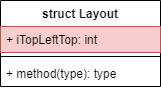
ee223/imx6ull_project keeps this draw.io diagram as 未命名绘图.drawio.png. Above is the earlier version. Source tidied: cells renumbered, new cells last; positions are measured from the earlier drawing's top-left corner, leaving out a move shared by most shapes.
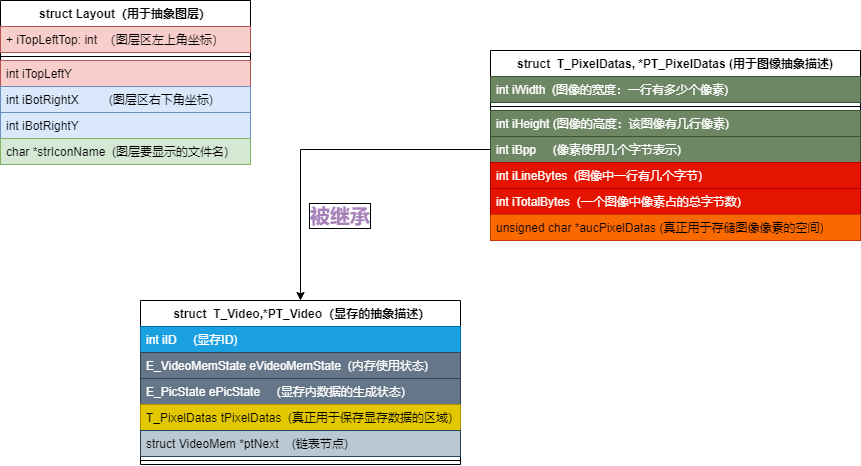
Later version of the same file.

Commit message:
更新未命名绘图.drawio.png

Diff of the diagram source:
```diff
@@ -2,17 +2,77 @@
   <root>
     <mxCell id="0" />
     <mxCell id="1" parent="0" />
-    <mxCell id="2" value="struct Layout" style="swimlane;fontStyle=1;align=center;verticalAlign=top;horizontal=1;startSize=26;whiteSpace=wrap;html=1;" parent="1" vertex="1">
-      <mxGeometry width="160" height="86" as="geometry" />
+    <mxCell id="2" value="struct Layout（用于抽象图层）" style="swimlane;fontStyle=1;align=center;verticalAlign=top;horizontal=1;startSize=26;whiteSpace=wrap;html=1;" parent="1" vertex="1">
+      <mxGeometry width="250" height="164" as="geometry" />
     </mxCell>
-    <mxCell id="3" value="+ iTopLeftTop: int" style="text;strokeColor=#b85450;fillColor=#f8cecc;align=left;verticalAlign=top;spacingLeft=4;spacingRight=4;overflow=hidden;whiteSpace=wrap;html=1;" parent="2" vertex="1">
-      <mxGeometry y="26" width="160" height="26" as="geometry" />
+    <mxCell id="3" value="+ iTopLeftTop: int&amp;nbsp; （图层区左上角坐标）" style="text;strokeColor=#b85450;fillColor=#f8cecc;align=left;verticalAlign=top;spacingLeft=4;spacingRight=4;overflow=hidden;whiteSpace=wrap;html=1;" parent="2" vertex="1">
+      <mxGeometry y="26" width="250" height="26" as="geometry" />
     </mxCell>
     <mxCell id="4" style="line;strokeWidth=1;fillColor=none;align=left;verticalAlign=middle;spacingTop=-1;spacingLeft=3;spacingRight=3;labelPosition=right;strokeColor=inherit;" parent="2" vertex="1">
-      <mxGeometry y="52" width="160" height="8" as="geometry" />
+      <mxGeometry y="52" width="250" height="8" as="geometry" />
     </mxCell>
-    <mxCell id="5" value="+ method(type): type" style="text;strokeColor=none;fillColor=none;align=left;verticalAlign=top;spacingLeft=4;spacingRight=4;overflow=hidden;whiteSpace=wrap;html=1;" parent="2" vertex="1">
-      <mxGeometry y="60" width="160" height="26" as="geometry" />
+    <mxCell id="5" value="int iTopLeftY" style="text;strokeColor=#b85450;fillColor=#f8cecc;align=left;verticalAlign=top;spacingLeft=4;spacingRight=4;overflow=hidden;whiteSpace=wrap;html=1;" parent="2" vertex="1">
+      <mxGeometry y="60" width="250" height="26" as="geometry" />
     </mxCell>
+    <mxCell id="6" value="int iBotRightX&amp;nbsp; &amp;nbsp; &amp;nbsp; &amp;nbsp; &amp;nbsp;(图层区右下角坐标)" style="text;strokeColor=#6c8ebf;fillColor=#dae8fc;align=left;verticalAlign=top;spacingLeft=4;spacingRight=4;overflow=hidden;whiteSpace=wrap;html=1;" parent="2" vertex="1">
+      <mxGeometry y="86" width="250" height="26" as="geometry" />
+    </mxCell>
+    <mxCell id="7" value="int iBotRightY" style="text;strokeColor=#6c8ebf;fillColor=#dae8fc;align=left;verticalAlign=top;spacingLeft=4;spacingRight=4;overflow=hidden;whiteSpace=wrap;html=1;" parent="2" vertex="1">
+      <mxGeometry y="112" width="250" height="26" as="geometry" />
+    </mxCell>
+    <mxCell id="8" value="char *strIconName&amp;nbsp; (图层要显示的文件名)" style="text;strokeColor=#82b366;fillColor=#d5e8d4;align=left;verticalAlign=top;spacingLeft=4;spacingRight=4;overflow=hidden;whiteSpace=wrap;html=1;" parent="2" vertex="1">
+      <mxGeometry y="138" width="250" height="26" as="geometry" />
+    </mxCell>
+    <mxCell id="9" value="&amp;nbsp;struct&amp;nbsp; T_Video,*PT_Video（显存的抽象描述）" style="swimlane;fontStyle=1;align=center;verticalAlign=top;horizontal=1;startSize=26;whiteSpace=wrap;html=1;" parent="1" vertex="1">
+      <mxGeometry x="140" y="300" width="320" height="164" as="geometry" />
+    </mxCell>
+    <mxCell id="10" value="int iID&amp;nbsp; &amp;nbsp; &amp;nbsp;(显存ID)" style="text;strokeColor=#006EAF;fillColor=#1ba1e2;align=left;verticalAlign=top;spacingLeft=4;spacingRight=4;overflow=hidden;whiteSpace=wrap;html=1;fontColor=#ffffff;" parent="9" vertex="1">
+      <mxGeometry y="26" width="320" height="26" as="geometry" />
+    </mxCell>
+    <mxCell id="11" value="E_VideoMemState eVideoMemState&amp;nbsp; (内存使用状态)" style="text;strokeColor=#314354;fillColor=#647687;align=left;verticalAlign=top;spacingLeft=4;spacingRight=4;overflow=hidden;whiteSpace=wrap;html=1;fontColor=#ffffff;" parent="9" vertex="1">
+      <mxGeometry y="52" width="320" height="26" as="geometry" />
+    </mxCell>
+    <mxCell id="12" value="E_PicState ePicState&amp;nbsp; &amp;nbsp; &amp;nbsp;(显存内数据的生成状态)" style="text;strokeColor=#314354;fillColor=#647687;align=left;verticalAlign=top;spacingLeft=4;spacingRight=4;overflow=hidden;whiteSpace=wrap;html=1;fontColor=#ffffff;" parent="9" vertex="1">
+      <mxGeometry y="78" width="320" height="26" as="geometry" />
+    </mxCell>
+    <mxCell id="13" value="T_PixelDatas tPixelDatas&amp;nbsp; (真正用于保存显存数据的区域)" style="text;strokeColor=#B09500;fillColor=#e3c800;align=left;verticalAlign=top;spacingLeft=4;spacingRight=4;overflow=hidden;whiteSpace=wrap;html=1;fontColor=#000000;" parent="9" vertex="1">
+      <mxGeometry y="104" width="320" height="26" as="geometry" />
+    </mxCell>
+    <mxCell id="14" value="struct VideoMem *ptNext&amp;nbsp; &amp;nbsp; (链表节点)" style="text;fillColor=#bac8d3;align=left;verticalAlign=top;spacingLeft=4;spacingRight=4;overflow=hidden;whiteSpace=wrap;html=1;strokeColor=#23445d;" parent="9" vertex="1">
+      <mxGeometry y="130" width="320" height="26" as="geometry" />
+    </mxCell>
+    <mxCell id="15" style="line;strokeWidth=1;fillColor=none;align=left;verticalAlign=middle;spacingTop=-1;spacingLeft=3;spacingRight=3;labelPosition=right;strokeColor=inherit;" parent="9" vertex="1">
+      <mxGeometry y="156" width="320" height="8" as="geometry" />
+    </mxCell>
+    <mxCell id="16" value="struct&amp;nbsp;&amp;nbsp;T_PixelDatas, *PT_PixelDatas (用于图像抽象描述)" style="swimlane;fontStyle=1;align=center;verticalAlign=top;horizontal=1;startSize=26;whiteSpace=wrap;html=1;" parent="1" vertex="1">
+      <mxGeometry x="490" y="50" width="370" height="190" as="geometry" />
+    </mxCell>
+    <mxCell id="17" value="int iWidth&amp;nbsp; (图像的宽度：一行有多少个像素)" style="text;strokeColor=#3A5431;fillColor=#6d8764;align=left;verticalAlign=top;spacingLeft=4;spacingRight=4;overflow=hidden;whiteSpace=wrap;html=1;fontColor=#ffffff;" parent="16" vertex="1">
+      <mxGeometry y="26" width="370" height="26" as="geometry" />
+    </mxCell>
+    <mxCell id="18" style="line;strokeWidth=1;fillColor=none;align=left;verticalAlign=middle;spacingTop=-1;spacingLeft=3;spacingRight=3;labelPosition=right;strokeColor=inherit;" parent="16" vertex="1">
+      <mxGeometry y="52" width="370" height="8" as="geometry" />
+    </mxCell>
+    <mxCell id="19" value="int iHeight (图像的高度：该图像有几行像素)" style="text;strokeColor=#3A5431;fillColor=#6d8764;align=left;verticalAlign=top;spacingLeft=4;spacingRight=4;overflow=hidden;whiteSpace=wrap;html=1;fontColor=#ffffff;" parent="16" vertex="1">
+      <mxGeometry y="60" width="370" height="26" as="geometry" />
+    </mxCell>
+    <mxCell id="20" value="int iBpp&amp;nbsp; &amp;nbsp; &amp;nbsp;(像素使用几个字节表示)" style="text;strokeColor=#3A5431;fillColor=#6d8764;align=left;verticalAlign=top;spacingLeft=4;spacingRight=4;overflow=hidden;points=[[0,0.5],[1,0.5]];portConstraint=eastwest;whiteSpace=wrap;html=1;fontColor=#ffffff;" parent="16" vertex="1">
+      <mxGeometry y="86" width="370" height="26" as="geometry" />
+    </mxCell>
+    <mxCell id="21" value="int iLineBytes&amp;nbsp; (图像中一行有几个字节)" style="text;strokeColor=#B20000;fillColor=#e51400;align=left;verticalAlign=top;spacingLeft=4;spacingRight=4;overflow=hidden;whiteSpace=wrap;html=1;fontColor=#ffffff;" parent="16" vertex="1">
+      <mxGeometry y="112" width="370" height="26" as="geometry" />
+    </mxCell>
+    <mxCell id="22" value="int iTotalBytes&amp;nbsp; (一个图像中像素占的总字节数)" style="text;strokeColor=#B20000;fillColor=#e51400;align=left;verticalAlign=top;spacingLeft=4;spacingRight=4;overflow=hidden;whiteSpace=wrap;html=1;fontColor=#ffffff;" parent="16" vertex="1">
+      <mxGeometry y="138" width="370" height="26" as="geometry" />
+    </mxCell>
+    <mxCell id="23" value="unsigned char *aucPixelDatas (真正用于存储图像像素的空间)" style="text;strokeColor=#C73500;fillColor=#fa6800;align=left;verticalAlign=top;spacingLeft=4;spacingRight=4;overflow=hidden;whiteSpace=wrap;html=1;fontColor=#000000;" parent="16" vertex="1">
+      <mxGeometry y="164" width="370" height="26" as="geometry" />
+    </mxCell>
+    <mxCell id="24" style="edgeStyle=orthogonalEdgeStyle;rounded=0;jettySize=auto;html=1;entryX=0.5;entryY=0;entryDx=0;entryDy=0;" parent="1" edge="1" source="20" target="9">
+      <mxGeometry relative="1" as="geometry" />
+    </mxCell>
+    <mxCell id="25" value="被继承" style="text;strokeColor=none;align=center;fillColor=none;html=1;verticalAlign=middle;whiteSpace=wrap;rounded=0;fontStyle=1;fontColor=#A680B8;labelBorderColor=default;fontSize=20;" parent="1" vertex="1">
+      <mxGeometry x="300" y="200" width="80" height="30" as="geometry" />
+    </mxCell>
   </root>
 </mxGraphModel>
```
